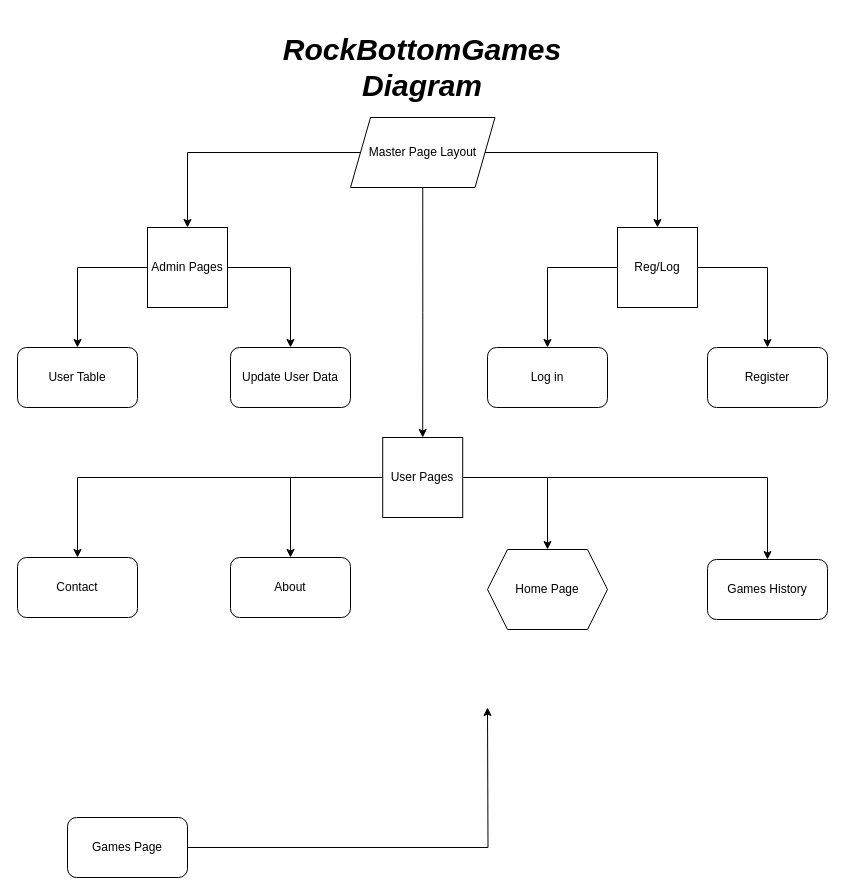
The draw.io diagram websiteDiagram.drawio in itay830/MABAT-Flowchart, before the edit. Source tidied: cells renumbered, new cells numbered last; positions are measured from the earlier drawing's top-left corner, leaving out a move shared by most shapes. Both pictures are drawn from the tidied source at 100%, with x=0, y=0 at pixel (17, 17).
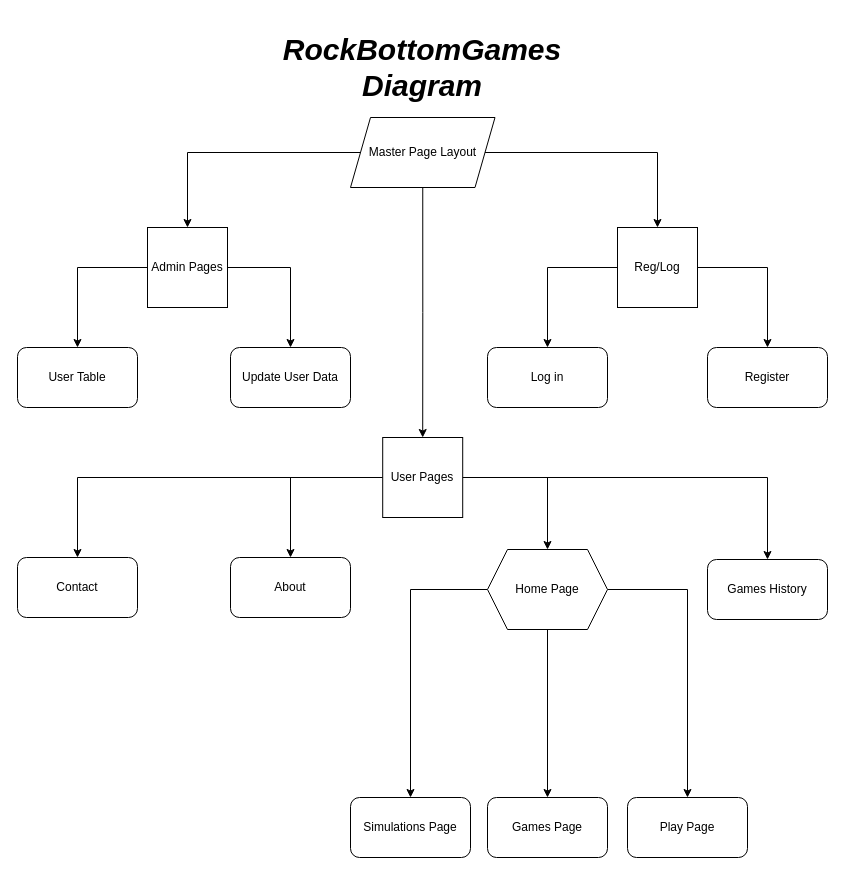
Above is the later version.

The change refers to these unchanged cells:
```xml
<mxCell id="27" value="Home Page" style="shape=hexagon;perimeter=hexagonPerimeter2;whiteSpace=wrap;html=1;fixedSize=1;" parent="1" vertex="1">
  <mxGeometry x="470" y="532" width="120" height="80" as="geometry" />
</mxCell>
```

The edit, as a diff of the source:
```diff
@@
-    <mxCell id="25" style="edgeStyle=orthogonalEdgeStyle;rounded=0;jettySize=auto;html=1;" parent="1" edge="1" source="26">
-      <mxGeometry relative="1" as="geometry">
-        <mxPoint x="470" y="690" as="targetPoint" />
-      </mxGeometry>
-    </mxCell>
     <mxCell id="26" value="Games Page" style="rounded=1;whiteSpace=wrap;html=1;" parent="1" vertex="1">
-      <mxGeometry x="50" y="800" width="120" height="60" as="geometry" />
+      <mxGeometry x="470" y="780" width="120" height="60" as="geometry" />
     </mxCell>
+    <mxCell id="28" style="edgeStyle=orthogonalEdgeStyle;rounded=0;jettySize=auto;html=1;" parent="1" edge="1" source="27" target="26">
+      <mxGeometry relative="1" as="geometry" />
+    </mxCell>
+    <mxCell id="29" style="edgeStyle=orthogonalEdgeStyle;rounded=0;jettySize=auto;html=1;" parent="1" edge="1" source="27" target="31">
+      <mxGeometry relative="1" as="geometry" />
+    </mxCell>
+    <mxCell id="30" style="edgeStyle=orthogonalEdgeStyle;rounded=0;jettySize=auto;html=1;" parent="1" edge="1" source="27" target="32">
+      <mxGeometry relative="1" as="geometry" />
+    </mxCell>
@@
+    <mxCell id="31" value="Simulations Page" style="rounded=1;whiteSpace=wrap;html=1;" parent="1" vertex="1">
+      <mxGeometry x="333" y="780" width="120" height="60" as="geometry" />
+    </mxCell>
+    <mxCell id="32" value="Play Page" style="rounded=1;whiteSpace=wrap;html=1;" parent="1" vertex="1">
+      <mxGeometry x="610" y="780" width="120" height="60" as="geometry" />
+    </mxCell>
```
